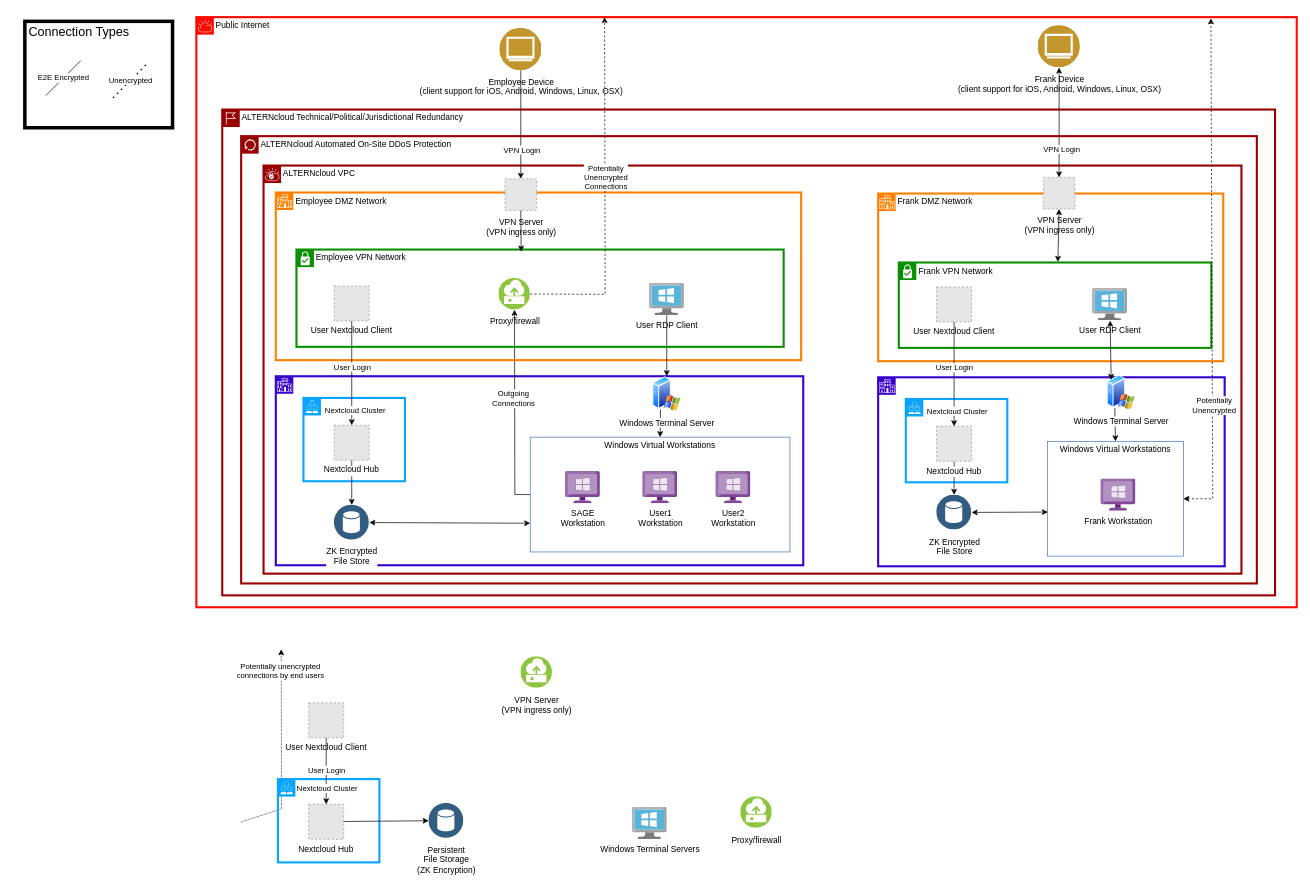
The draw.io diagram docs/frank.drawio in v1nsai/deploy-tools, before the edit. Source tidied: cells renumbered, new cells numbered last; positions are measured from the earlier drawing's top-left corner, leaving out a move shared by most shapes. Both pictures are drawn from the tidied source at 70%, with x=0, y=0 at pixel (12, 17). Pictures stored in the file or linked from it are replaced by grey dashed boxes.
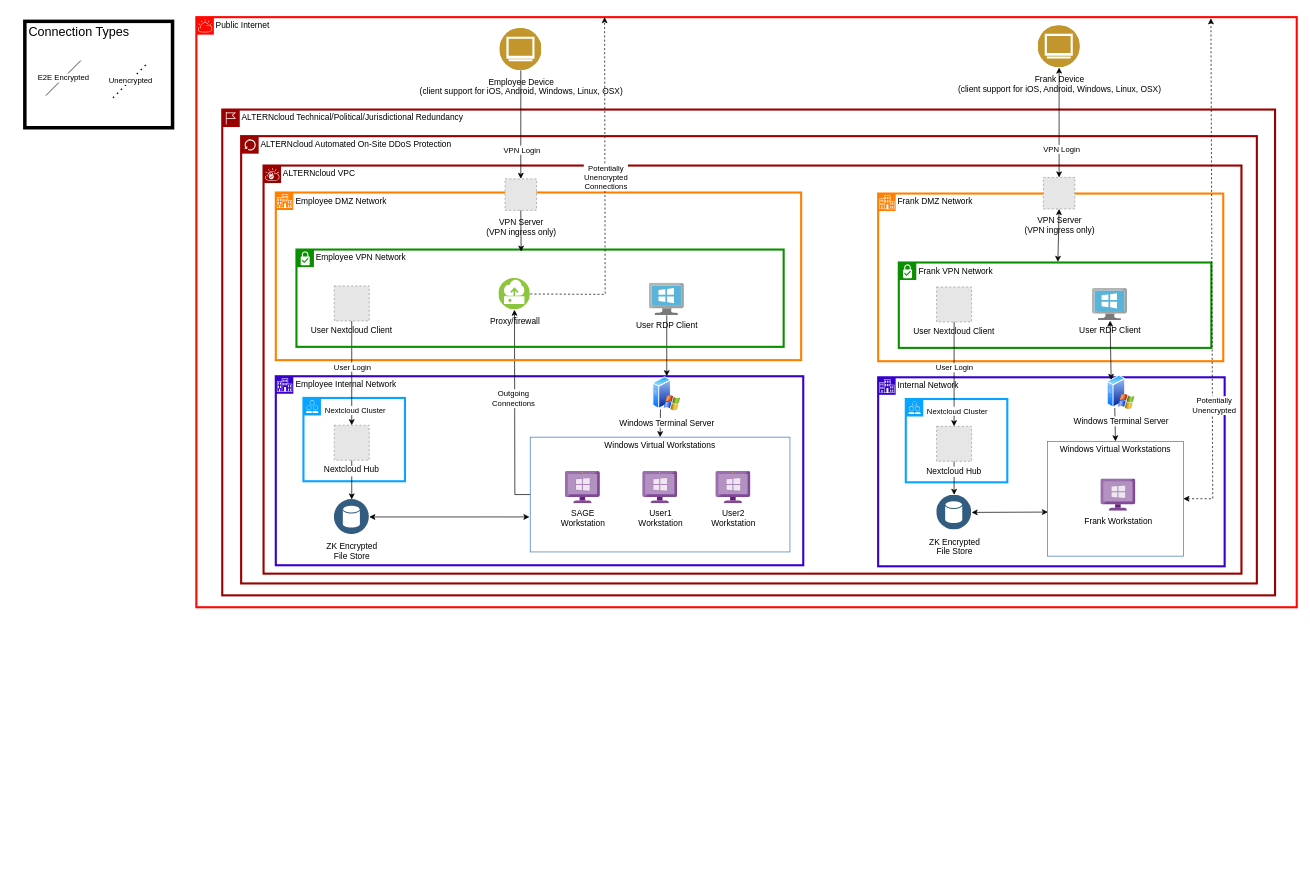
Above is the later version.

The change refers to these unchanged cells:
```xml
<mxCell id="14" value="ALTERNcloud VPC" style="shape=mxgraph.ibm.box;prType=vpc;fontStyle=0;verticalAlign=top;align=left;spacingLeft=32;spacingTop=4;fillColor=none;rounded=0;whiteSpace=wrap;html=1;strokeColor=#990000;strokeWidth=3;dashed=0;spacing=-4;" parent="1" vertex="1">
  <mxGeometry x="359" y="212" width="1397" height="583" as="geometry" />
</mxCell>
<mxCell id="19" value="Windows Virtual Workstations" style="fontStyle=0;verticalAlign=top;align=center;spacingTop=-2;fillColor=none;rounded=0;whiteSpace=wrap;html=1;strokeColor=#4376BB;strokeWidth=1;dashed=0;" parent="14" vertex="1">
  <mxGeometry x="381" y="388" width="371" height="164" as="geometry" />
</mxCell>
```

Diff of the diagram source:
```diff
@@
-    <mxCell id="15" value="Employee Internal Network" style="shape=mxgraph.ibm.box;prType=enterprise;fontStyle=0;verticalAlign=top;align=left;spacingLeft=32;spacingTop=4;fillColor=none;rounded=0;whiteSpace=wrap;html=1;strokeColor=#3700CC;strokeWidth=3;dashed=0;spacing=-4;fontColor=#ffffff;" parent="14" vertex="1">
+    <mxCell id="15" value="Employee Internal Network" style="shape=mxgraph.ibm.box;prType=enterprise;fontStyle=0;verticalAlign=top;align=left;spacingLeft=32;spacingTop=4;fillColor=none;rounded=0;whiteSpace=wrap;html=1;strokeColor=#3700CC;strokeWidth=3;dashed=0;spacing=-4;fontColor=default;" parent="14" vertex="1">
       <mxGeometry x="17.5" y="301" width="753.5" height="270" as="geometry" />
     </mxCell>
@@
-    <mxCell id="18" style="edgeStyle=none;rounded=0;html=1;exitX=0;exitY=0.75;exitDx=0;exitDy=0;entryX=1;entryY=0.5;entryDx=0;entryDy=0;startArrow=classic;startFill=1;" parent="14" edge="1" source="19" target="30">
+    <mxCell id="18" style="edgeStyle=none;rounded=0;html=1;exitX=-0.003;exitY=0.695;exitDx=0;exitDy=0;entryX=1;entryY=0.5;entryDx=0;entryDy=0;startArrow=classic;startFill=1;exitPerimeter=0;" parent="14" edge="1" source="19" target="30">
       <mxGeometry relative="1" as="geometry" />
     </mxCell>
@@
     <mxCell id="30" value="&lt;font&gt;ZK Encrypted&lt;br&gt;File Store&lt;br&gt;&lt;/font&gt;" style="perimeter=ellipsePerimeter;html=1;align=center;shadow=0;dashed=0;fontColor=default;labelBackgroundColor=none;fontSize=12;spacingTop=3;image;image=img/lib/ibm/data/data_services.svg;" parent="14" vertex="1">
-      <mxGeometry x="101" y="485" width="50" height="50" as="geometry" />
+      <mxGeometry x="101" y="477" width="50" height="50" as="geometry" />
     </mxCell>
@@
-    <mxCell id="42" style="rounded=0;orthogonalLoop=1;jettySize=auto;html=1;exitX=1;exitY=0;exitDx=0;exitDy=0;entryX=0.927;entryY=0;entryDx=0;entryDy=0;entryPerimeter=0;dashed=1;dashPattern=1 1;" parent="1" edge="1">
-      <mxGeometry relative="1" as="geometry">
-        <mxPoint x="327" y="1149.7" as="sourcePoint" />
-        <mxPoint x="384.2" y="903" as="targetPoint" />
-        <Array as="points">
-          <mxPoint x="384.7" y="1131" />
-        </Array>
-      </mxGeometry>
-    </mxCell>
-    <mxCell id="43" value="Potentially unencrypted&lt;br&gt;connections by end users" style="edgeLabel;html=1;align=center;verticalAlign=middle;" parent="42" vertex="1">
-      <mxGeometry x="0.79" y="2" relative="1" as="geometry" />
-    </mxCell>
@@
-    <mxCell id="49" value="&lt;font&gt;Proxy/firewall&lt;/font&gt;" style="image;perimeter=ellipsePerimeter;html=1;align=center;shadow=0;dashed=0;fontColor=default;labelBackgroundColor=none;fontSize=12;spacingTop=3;image=img/lib/ibm/vpc/Instance.svg;" parent="1" vertex="1">
-      <mxGeometry x="1040.5" y="1113.5" width="45" height="45" as="geometry" />
-    </mxCell>
-    <mxCell id="50" style="shape=mxgraph.ibm.box;prType=public;fontStyle=0;verticalAlign=top;align=left;spacingLeft=32;spacingTop=4;fillColor=none;rounded=0;whiteSpace=wrap;html=1;strokeColor=#08A4FF;strokeWidth=3;dashed=0;spacing=-4;" parent="1" vertex="1">
-      <mxGeometry x="379.5" y="1088.5" width="145" height="119" as="geometry" />
-    </mxCell>
-    <mxCell id="51" value="&lt;font&gt;Persistent&lt;br&gt;File Storage&lt;br&gt;(ZK Encryption)&lt;br&gt;&lt;/font&gt;" style="perimeter=ellipsePerimeter;html=1;align=center;shadow=0;dashed=0;fontColor=default;labelBackgroundColor=none;fontSize=12;spacingTop=3;image;image=img/lib/ibm/data/data_services.svg;" parent="1" vertex="1">
-      <mxGeometry x="595" y="1123" width="50" height="50" as="geometry" />
-    </mxCell>
-    <mxCell id="52" style="edgeStyle=none;html=1;exitX=0;exitY=0.5;exitDx=0;exitDy=0;fontSize=12;fontColor=#FFFFFF;rounded=0;entryX=0;entryY=0.5;entryDx=0;entryDy=0;" parent="1" edge="1" source="53" target="51">
-      <mxGeometry relative="1" as="geometry" />
-    </mxCell>
-    <mxCell id="53" value="Nextcloud Hub" style="fillColor=#E6E6E6;strokeColor=#999999;dashed=1;verticalLabelPosition=bottom;labelBackgroundColor=default;verticalAlign=top;" parent="1" vertex="1">
-      <mxGeometry x="423.5" y="1124.5" width="50" height="50" as="geometry" />
-    </mxCell>
-    <mxCell id="54" value="User Nextcloud Client" style="fillColor=#E6E6E6;strokeColor=#999999;dashed=1;verticalLabelPosition=bottom;labelBackgroundColor=default;verticalAlign=top;" parent="1" vertex="1">
-      <mxGeometry x="423.5" y="979.5" width="50" height="50" as="geometry" />
-    </mxCell>
-    <mxCell id="55" style="edgeStyle=orthogonalEdgeStyle;rounded=0;jettySize=auto;html=1;exitX=0.5;exitY=1;exitDx=0;exitDy=0;entryX=0.5;entryY=0;entryDx=0;entryDy=0;" parent="1" edge="1" source="54" target="53">
-      <mxGeometry relative="1" as="geometry" />
-    </mxCell>
-    <mxCell id="56" value="User Login" style="edgeLabel;html=1;align=center;verticalAlign=middle;" parent="55" vertex="1">
-      <mxGeometry x="0.2" y="1" relative="1" as="geometry">
-        <mxPoint x="-1" y="-11" as="offset" />
-      </mxGeometry>
-    </mxCell>
-    <mxCell id="57" value="Nextcloud Cluster" style="edgeLabel;html=1;align=center;verticalAlign=middle;" parent="55" vertex="1">
-      <mxGeometry x="0.77" y="2" relative="1" as="geometry">
-        <mxPoint x="-1" y="-12" as="offset" />
-      </mxGeometry>
-    </mxCell>
-    <mxCell id="58" value="&lt;font&gt;VPN Server&lt;br&gt;(VPN ingress only)&lt;br&gt;&lt;/font&gt;" style="image;perimeter=ellipsePerimeter;html=1;align=center;shadow=0;dashed=0;fontColor=default;labelBackgroundColor=none;fontSize=12;spacingTop=3;image=img/lib/ibm/vpc/Instance.svg;" parent="1" vertex="1">
-      <mxGeometry x="726.5" y="913.5" width="45" height="45" as="geometry" />
-    </mxCell>
-    <mxCell id="59" value="Windows Terminal Servers" style="sketch=0;html=1;align=center;image;fontSize=12;image=img/lib/mscae/VirtualMachineWindows.svg;" parent="1" vertex="1">
-      <mxGeometry x="885.5" y="1128.5" width="50" height="46" as="geometry" />
-    </mxCell>
-    <mxCell id="60" value="Internal Network" style="shape=mxgraph.ibm.box;prType=enterprise;fontStyle=0;verticalAlign=top;align=left;spacingLeft=32;spacingTop=4;fillColor=none;rounded=0;whiteSpace=wrap;html=1;strokeColor=#3700CC;strokeWidth=3;dashed=0;spacing=-4;fontColor=#ffffff;" parent="1" vertex="1">
+    <mxCell id="60" value="Internal Network" style="shape=mxgraph.ibm.box;prType=enterprise;fontStyle=0;verticalAlign=top;align=left;spacingLeft=32;spacingTop=4;fillColor=none;rounded=0;whiteSpace=wrap;html=1;strokeColor=#3700CC;strokeWidth=3;dashed=0;spacing=-4;fontColor=default;" parent="1" vertex="1">
       <mxGeometry x="1237" y="514.5" width="495" height="270" as="geometry" />
     </mxCell>
```
